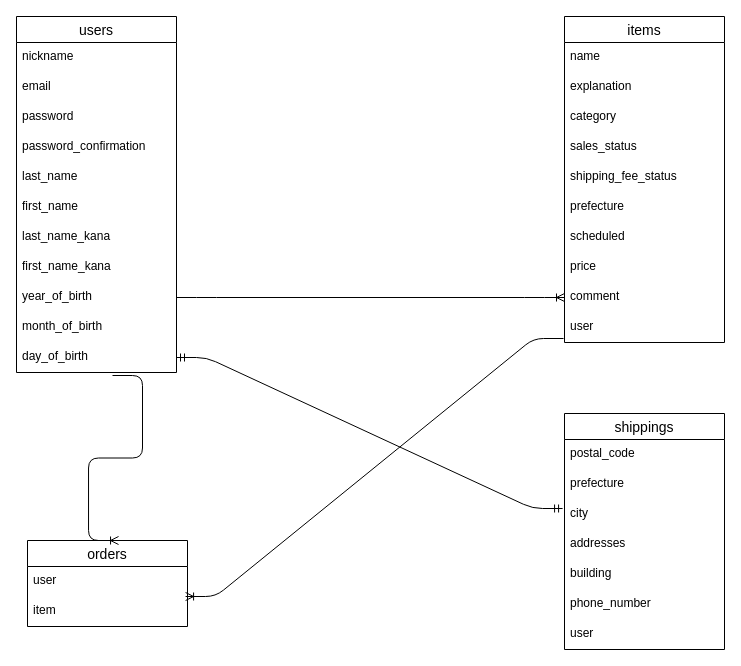
Before: test.dio in Ikumarucyanman/furima-37116, a draw.io diagram. Source tidied: cells renumbered, new cells numbered last; positions are measured from the earlier drawing's top-left corner, leaving out a move shared by most shapes. Both pictures are drawn from the tidied source at 100%, with x=0, y=0 at pixel (16, 16).
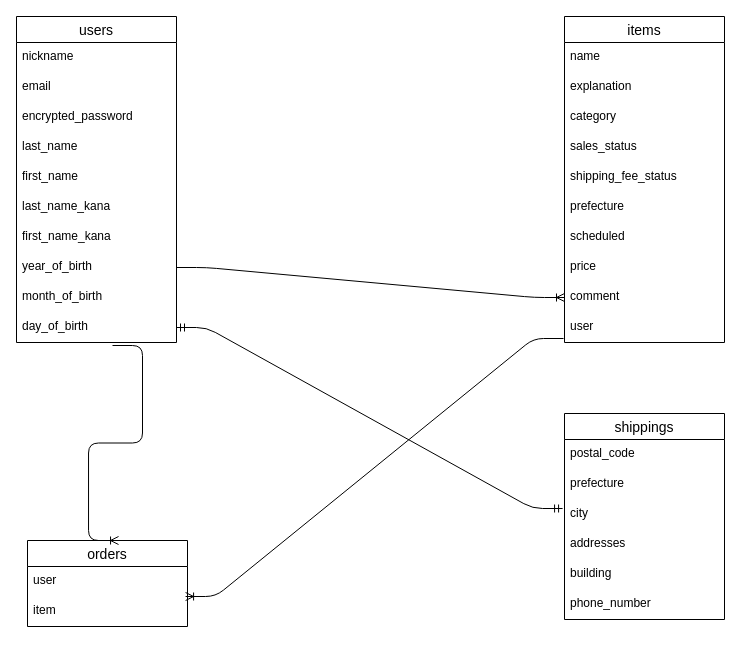
The same diagram, later.

Commit message (it also covers changes not shown here):
データベース設計修正

What changed in the source:
```diff
@@
     <mxCell id="2" value="users" style="swimlane;fontStyle=0;horizontal=1;startSize=26;align=center;fontSize=14;" parent="1" vertex="1">
-      <mxGeometry width="160" height="356" as="geometry" />
+      <mxGeometry width="160" height="326" as="geometry" />
     </mxCell>
@@
-    <mxCell id="5" value="password " style="text;strokeColor=none;fillColor=none;spacingLeft=4;spacingRight=4;overflow=hidden;fontSize=12;" parent="2" vertex="1">
+    <mxCell id="5" value="encrypted_password" style="text;strokeColor=none;fillColor=none;spacingLeft=4;spacingRight=4;overflow=hidden;fontSize=12;" parent="2" vertex="1">
       <mxGeometry y="86" width="160" height="30" as="geometry" />
     </mxCell>
-    <mxCell id="6" value="password_confirmation" style="text;strokeColor=none;fillColor=none;spacingLeft=4;spacingRight=4;overflow=hidden;fontSize=12;" parent="2" vertex="1">
-      <mxGeometry y="116" width="160" height="30" as="geometry" />
-    </mxCell>
     <mxCell id="7" value="last_name " style="text;strokeColor=none;fillColor=none;spacingLeft=4;spacingRight=4;overflow=hidden;fontSize=12;" parent="2" vertex="1">
-      <mxGeometry y="146" width="160" height="30" as="geometry" />
+      <mxGeometry y="116" width="160" height="30" as="geometry" />
     </mxCell>
     <mxCell id="8" value="first_name" style="text;strokeColor=none;fillColor=none;spacingLeft=4;spacingRight=4;overflow=hidden;fontSize=12;" parent="2" vertex="1">
-      <mxGeometry y="176" width="160" height="30" as="geometry" />
+      <mxGeometry y="146" width="160" height="30" as="geometry" />
     </mxCell>
     <mxCell id="9" value="last_name_kana&#10;" style="text;strokeColor=none;fillColor=none;spacingLeft=4;spacingRight=4;overflow=hidden;fontSize=12;" parent="2" vertex="1">
-      <mxGeometry y="206" width="160" height="30" as="geometry" />
+      <mxGeometry y="176" width="160" height="30" as="geometry" />
     </mxCell>
     <mxCell id="10" value="first_name_kana" style="text;strokeColor=none;fillColor=none;spacingLeft=4;spacingRight=4;overflow=hidden;fontSize=12;" parent="2" vertex="1">
-      <mxGeometry y="236" width="160" height="30" as="geometry" />
+      <mxGeometry y="206" width="160" height="30" as="geometry" />
     </mxCell>
     <mxCell id="11" value="year_of_birth" style="text;strokeColor=none;fillColor=none;spacingLeft=4;spacingRight=4;overflow=hidden;points=[[0,0.5],[1,0.5]];portConstraint=eastwest;fontSize=12;" parent="2" vertex="1">
-      <mxGeometry y="266" width="160" height="30" as="geometry" />
+      <mxGeometry y="236" width="160" height="30" as="geometry" />
     </mxCell>
     <mxCell id="12" value="month_of_birth" style="text;strokeColor=none;fillColor=none;spacingLeft=4;spacingRight=4;overflow=hidden;fontSize=12;" parent="2" vertex="1">
-      <mxGeometry y="296" width="160" height="30" as="geometry" />
+      <mxGeometry y="266" width="160" height="30" as="geometry" />
     </mxCell>
     <mxCell id="13" value="day_of_birth " style="text;strokeColor=none;fillColor=none;spacingLeft=4;spacingRight=4;overflow=hidden;points=[[0,0.5],[1,0.5]];portConstraint=eastwest;fontSize=12;" parent="2" vertex="1">
-      <mxGeometry y="326" width="160" height="30" as="geometry" />
+      <mxGeometry y="296" width="160" height="30" as="geometry" />
     </mxCell>
@@
     <mxCell id="28" value="shippings" style="swimlane;fontStyle=0;horizontal=1;startSize=26;align=center;fontSize=14;" parent="1" vertex="1">
-      <mxGeometry x="548" y="397" width="160" height="236" as="geometry" />
+      <mxGeometry x="548" y="397" width="160" height="206" as="geometry" />
     </mxCell>
@@
-    <mxCell id="35" value="user" style="text;strokeColor=none;fillColor=none;spacingLeft=4;spacingRight=4;overflow=hidden;fontSize=12;" parent="28" vertex="1">
-      <mxGeometry y="206" width="160" height="30" as="geometry" />
-    </mxCell>
```
